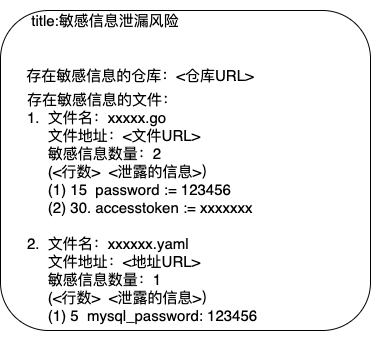
This is 敏感信息消息原型.png from CodingFlashe/graph, a draw.io export, as it was before one commit. Source tidied: cells renumbered, new cells last; positions are measured from the earlier drawing's top-left corner, leaving out a move shared by most shapes.
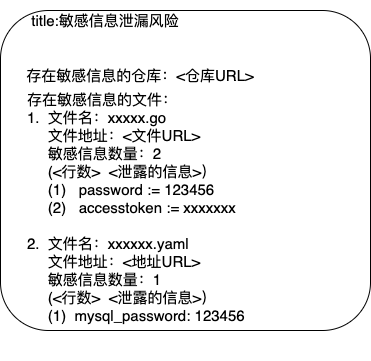
After the change.

Commit message:
更新敏感信息消息原型.png

What changed in the source:
```diff
@@ -11,7 +11,7 @@
     <mxCell id="4" value="&lt;font style=&quot;font-size: 15px;&quot;&gt;存在敏感信息的仓库：&amp;lt;仓库URL&amp;gt;&lt;/font&gt;" style="text;html=1;strokeColor=none;fillColor=none;align=center;verticalAlign=middle;whiteSpace=wrap;rounded=0;" parent="1" vertex="1">
       <mxGeometry x="25" y="60" width="230" height="30" as="geometry" />
     </mxCell>
-    <mxCell id="5" value="&lt;div style=&quot;&quot;&gt;&lt;span style=&quot;background-color: initial;&quot;&gt;存在敏感信息的文件：&lt;/span&gt;&lt;/div&gt;&lt;div style=&quot;&quot;&gt;&lt;span style=&quot;background-color: initial;&quot;&gt;&lt;span style=&quot;&quot;&gt;&lt;/span&gt;1.&amp;nbsp; 文件名：xxxxx.go&lt;br&gt;&lt;/span&gt;&lt;/div&gt;&lt;div style=&quot;&quot;&gt;&lt;span style=&quot;background-color: initial;&quot;&gt;&amp;nbsp; &amp;nbsp; &amp;nbsp;文件地址：&amp;lt;文件URL&amp;gt;&lt;span style=&quot;&quot;&gt;&#9;&lt;/span&gt;&amp;nbsp; &amp;nbsp; &amp;nbsp; &amp;nbsp; &amp;nbsp; &amp;nbsp; &amp;nbsp; &amp;nbsp;&lt;span style=&quot;&quot;&gt;&#9;&lt;/span&gt;&lt;/span&gt;&lt;/div&gt;&lt;div style=&quot;&quot;&gt;&lt;span style=&quot;background-color: initial;&quot;&gt;&amp;nbsp; &amp;nbsp; &amp;nbsp;敏感信息数量：2&lt;/span&gt;&lt;/div&gt;&lt;div style=&quot;&quot;&gt;&lt;span style=&quot;background-color: initial;&quot;&gt;&amp;nbsp; &amp;nbsp; &amp;nbsp;(&amp;lt;行数&amp;gt;&amp;nbsp; &amp;lt;泄露的信息&amp;gt;）&lt;span style=&quot;&quot;&gt;&#9;&lt;/span&gt;&lt;br&gt;&lt;/span&gt;&lt;/div&gt;&lt;div style=&quot;&quot;&gt;&lt;span style=&quot;background-color: initial;&quot;&gt;&amp;nbsp; &amp;nbsp; &amp;nbsp;(1) 15&amp;nbsp; password := 123456&lt;br&gt;&lt;/span&gt;&lt;/div&gt;&lt;div style=&quot;&quot;&gt;&lt;span style=&quot;background-color: initial;&quot;&gt;&amp;nbsp; &amp;nbsp; &amp;nbsp;(2) 30. accesstoken := xxxxxxx&lt;br&gt;&lt;/span&gt;&lt;/div&gt;&lt;div style=&quot;&quot;&gt;&lt;span style=&quot;background-color: initial;&quot;&gt;&amp;nbsp; &amp;nbsp; &amp;nbsp; &amp;nbsp; &amp;nbsp; &amp;nbsp;&lt;/span&gt;&lt;/div&gt;&lt;div style=&quot;&quot;&gt;&lt;span style=&quot;background-color: initial;&quot;&gt;&lt;span style=&quot;&quot;&gt;&lt;/span&gt;2.&amp;nbsp; 文件名：xxxxxx.yaml&lt;br&gt;&lt;/span&gt;&lt;/div&gt;&lt;div style=&quot;&quot;&gt;&lt;span style=&quot;background-color: initial;&quot;&gt;&lt;span style=&quot;&quot;&gt;&lt;/span&gt;&amp;nbsp; &amp;nbsp; &amp;nbsp;文件地址：&amp;lt;地址URL&amp;gt;&lt;br&gt;&lt;/span&gt;&lt;/div&gt;&lt;div style=&quot;&quot;&gt;&lt;span style=&quot;background-color: initial;&quot;&gt;&lt;span style=&quot;&quot;&gt;&lt;/span&gt;&lt;/span&gt;&amp;nbsp; &amp;nbsp; &amp;nbsp;敏感信息数量：1&lt;/div&gt;&lt;div style=&quot;border-color: var(--border-color);&quot;&gt;&lt;span style=&quot;border-color: var(--border-color); background-color: initial;&quot;&gt;&lt;span style=&quot;border-color: var(--border-color);&quot;&gt;&#9;&lt;/span&gt;&amp;nbsp; &amp;nbsp; &amp;nbsp;(&amp;lt;行数&amp;gt;&amp;nbsp; &amp;lt;泄露的信息&amp;gt;）&lt;span style=&quot;border-color: var(--border-color);&quot;&gt;&#9;&lt;/span&gt;&lt;br style=&quot;border-color: var(--border-color);&quot;&gt;&lt;/span&gt;&lt;/div&gt;&lt;div style=&quot;border-color: var(--border-color);&quot;&gt;&lt;span style=&quot;border-color: var(--border-color); background-color: initial;&quot;&gt;&lt;span style=&quot;border-color: var(--border-color);&quot;&gt;&#9;&lt;/span&gt;&amp;nbsp; &amp;nbsp; &amp;nbsp;(1) 5&amp;nbsp; mysql_password: 123456&lt;/span&gt;&lt;/div&gt;&lt;div style=&quot;&quot;&gt;&lt;span style=&quot;background-color: initial;&quot;&gt;&lt;span style=&quot;&quot;&gt;&#9;&lt;/span&gt;&lt;br&gt;&lt;/span&gt;&lt;/div&gt;&lt;div style=&quot;&quot;&gt;&lt;span style=&quot;background-color: initial;&quot;&gt;&lt;span style=&quot;&quot;&gt;&#9;&lt;/span&gt;&lt;br&gt;&lt;/span&gt;&lt;/div&gt;" style="text;html=1;strokeColor=none;fillColor=none;align=left;verticalAlign=middle;whiteSpace=wrap;rounded=0;fontSize=15;" parent="1" vertex="1">
+    <mxCell id="5" value="&lt;div style=&quot;&quot;&gt;&lt;span style=&quot;background-color: initial;&quot;&gt;存在敏感信息的文件：&lt;/span&gt;&lt;/div&gt;&lt;div style=&quot;&quot;&gt;&lt;span style=&quot;background-color: initial;&quot;&gt;&lt;span style=&quot;&quot;&gt;&lt;/span&gt;1.&amp;nbsp; 文件名：xxxxx.go&lt;br&gt;&lt;/span&gt;&lt;/div&gt;&lt;div style=&quot;&quot;&gt;&lt;span style=&quot;background-color: initial;&quot;&gt;&amp;nbsp; &amp;nbsp; &amp;nbsp;文件地址：&amp;lt;文件URL&amp;gt;&lt;span style=&quot;&quot;&gt;&#9;&lt;/span&gt;&amp;nbsp; &amp;nbsp; &amp;nbsp; &amp;nbsp; &amp;nbsp; &amp;nbsp; &amp;nbsp; &amp;nbsp;&lt;span style=&quot;&quot;&gt;&#9;&lt;/span&gt;&lt;/span&gt;&lt;/div&gt;&lt;div style=&quot;&quot;&gt;&lt;span style=&quot;background-color: initial;&quot;&gt;&amp;nbsp; &amp;nbsp; &amp;nbsp;敏感信息数量：2&lt;/span&gt;&lt;/div&gt;&lt;div style=&quot;&quot;&gt;&lt;span style=&quot;background-color: initial;&quot;&gt;&amp;nbsp; &amp;nbsp; &amp;nbsp;(&amp;lt;行数&amp;gt;&amp;nbsp; &amp;lt;泄露的信息&amp;gt;）&lt;span style=&quot;&quot;&gt;&#9;&lt;/span&gt;&lt;br&gt;&lt;/span&gt;&lt;/div&gt;&lt;div style=&quot;&quot;&gt;&lt;span style=&quot;background-color: initial;&quot;&gt;&amp;nbsp; &amp;nbsp; &amp;nbsp;(1)&amp;nbsp; &amp;nbsp;password := 123456&lt;br&gt;&lt;/span&gt;&lt;/div&gt;&lt;div style=&quot;&quot;&gt;&lt;span style=&quot;background-color: initial;&quot;&gt;&amp;nbsp; &amp;nbsp; &amp;nbsp;(2)&amp;nbsp; &amp;nbsp;accesstoken := xxxxxxx&lt;br&gt;&lt;/span&gt;&lt;/div&gt;&lt;div style=&quot;&quot;&gt;&lt;span style=&quot;background-color: initial;&quot;&gt;&amp;nbsp; &amp;nbsp; &amp;nbsp; &amp;nbsp; &amp;nbsp; &amp;nbsp;&lt;/span&gt;&lt;/div&gt;&lt;div style=&quot;&quot;&gt;&lt;span style=&quot;background-color: initial;&quot;&gt;&lt;span style=&quot;&quot;&gt;&lt;/span&gt;2.&amp;nbsp; 文件名：xxxxxx.yaml&lt;br&gt;&lt;/span&gt;&lt;/div&gt;&lt;div style=&quot;&quot;&gt;&lt;span style=&quot;background-color: initial;&quot;&gt;&lt;span style=&quot;&quot;&gt;&lt;/span&gt;&amp;nbsp; &amp;nbsp; &amp;nbsp;文件地址：&amp;lt;地址URL&amp;gt;&lt;br&gt;&lt;/span&gt;&lt;/div&gt;&lt;div style=&quot;&quot;&gt;&lt;span style=&quot;background-color: initial;&quot;&gt;&lt;span style=&quot;&quot;&gt;&lt;/span&gt;&lt;/span&gt;&amp;nbsp; &amp;nbsp; &amp;nbsp;敏感信息数量：1&lt;/div&gt;&lt;div style=&quot;border-color: var(--border-color);&quot;&gt;&lt;span style=&quot;border-color: var(--border-color); background-color: initial;&quot;&gt;&lt;span style=&quot;border-color: var(--border-color);&quot;&gt;&#9;&lt;/span&gt;&amp;nbsp; &amp;nbsp; &amp;nbsp;(&amp;lt;行数&amp;gt;&amp;nbsp; &amp;lt;泄露的信息&amp;gt;）&lt;span style=&quot;border-color: var(--border-color);&quot;&gt;&#9;&lt;/span&gt;&lt;br style=&quot;border-color: var(--border-color);&quot;&gt;&lt;/span&gt;&lt;/div&gt;&lt;div style=&quot;border-color: var(--border-color);&quot;&gt;&lt;span style=&quot;border-color: var(--border-color); background-color: initial;&quot;&gt;&lt;span style=&quot;border-color: var(--border-color);&quot;&gt;&#9;&lt;/span&gt;&amp;nbsp; &amp;nbsp; &amp;nbsp;(1)&amp;nbsp; mysql_password: 123456&lt;/span&gt;&lt;/div&gt;&lt;div style=&quot;&quot;&gt;&lt;span style=&quot;background-color: initial;&quot;&gt;&lt;span style=&quot;&quot;&gt;&#9;&lt;/span&gt;&lt;br&gt;&lt;/span&gt;&lt;/div&gt;&lt;div style=&quot;&quot;&gt;&lt;span style=&quot;background-color: initial;&quot;&gt;&lt;span style=&quot;&quot;&gt;&#9;&lt;/span&gt;&lt;br&gt;&lt;/span&gt;&lt;/div&gt;" style="text;html=1;strokeColor=none;fillColor=none;align=left;verticalAlign=middle;whiteSpace=wrap;rounded=0;fontSize=15;" parent="1" vertex="1">
       <mxGeometry x="25" y="100" width="345" height="250" as="geometry" />
     </mxCell>
   </root>
```
